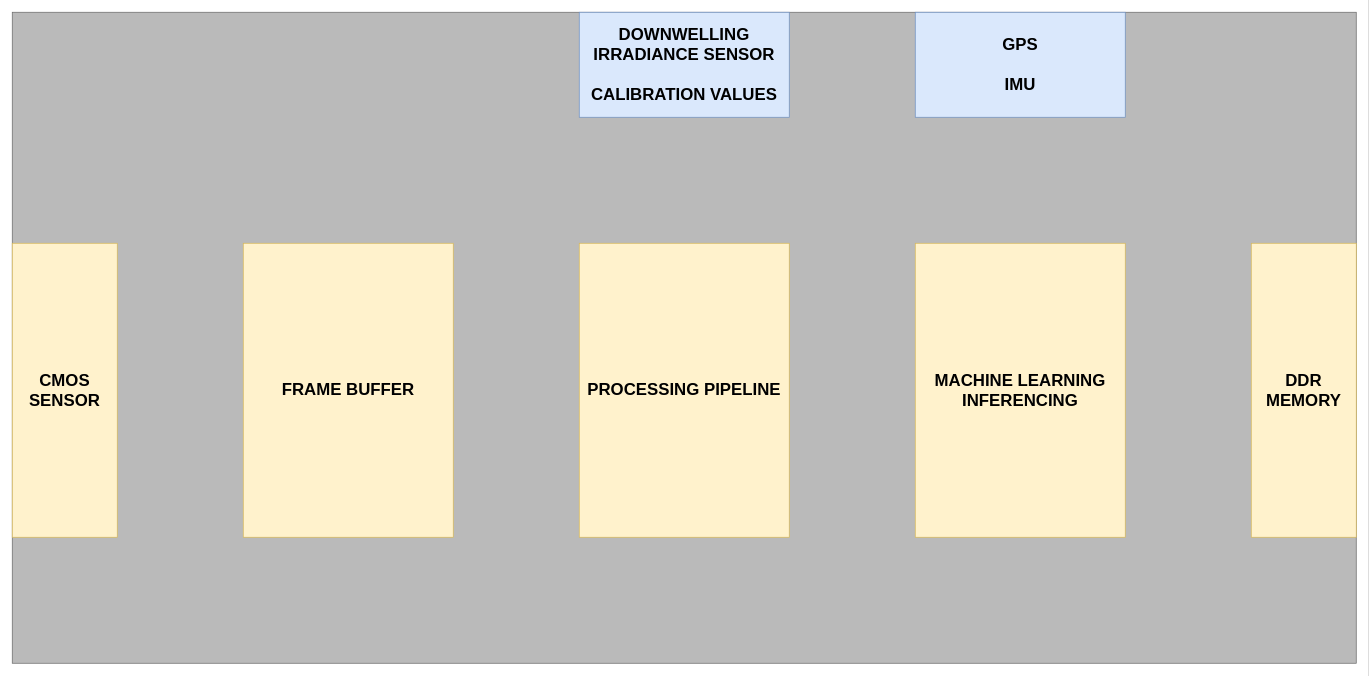
Above: internalProcessingDiagram.drawio in snider-lab-msu/figures (draw.io), before the change. Source tidied: cells renumbered, new cells numbered last; positions are measured from the earlier drawing's top-left corner, leaving out a move shared by most shapes. Both pictures are drawn from the tidied source at 70%, with x=0, y=0 at pixel (12, -41).
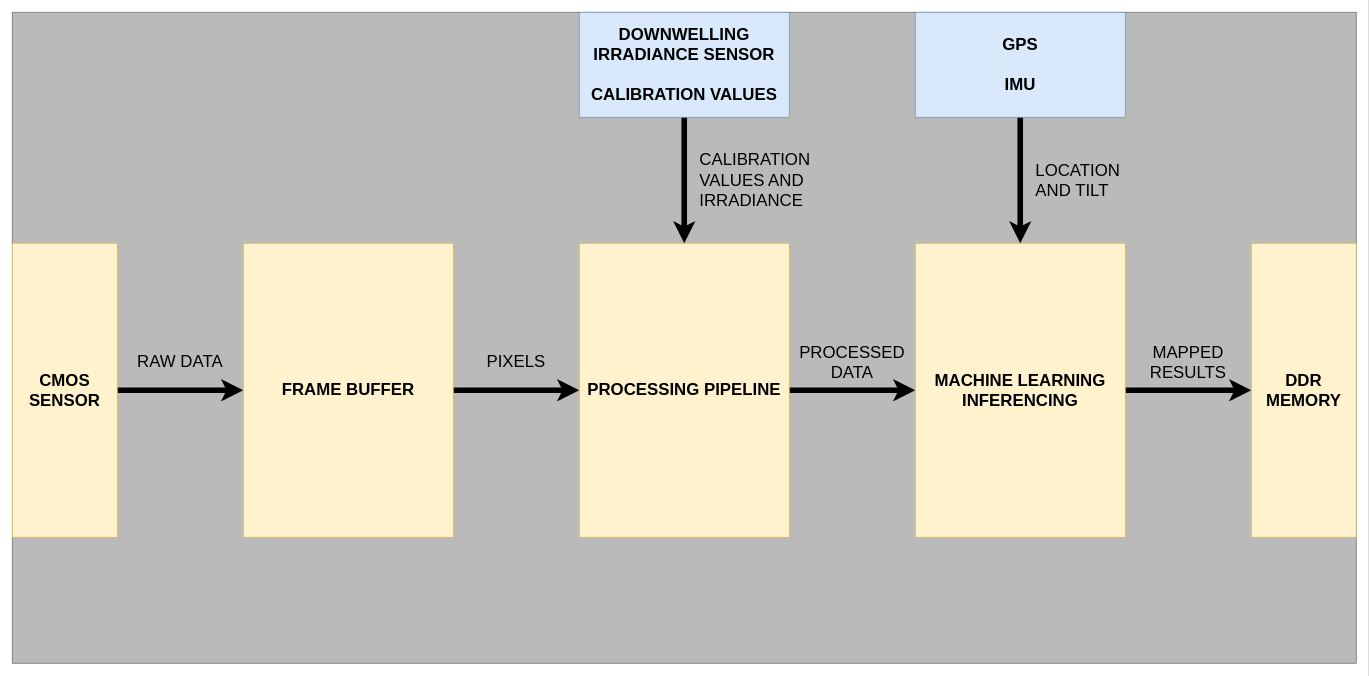
After the change.

Commit message:
added text for data flow

The change refers to these unchanged cells:
```xml
<mxCell id="3" value="CMOS SENSOR" style="rounded=0;whiteSpace=wrap;html=1;fillColor=#fff2cc;strokeColor=#d6b656;fontStyle=1;fontSize=24;" parent="1" vertex="1">
  <mxGeometry y="405" width="150" height="420" as="geometry" />
</mxCell>
<mxCell id="4" value="&lt;div&gt;FRAME BUFFER&lt;/div&gt;" style="rounded=0;whiteSpace=wrap;html=1;fillColor=#fff2cc;strokeColor=#d6b656;fontStyle=1;fontSize=24;" parent="1" vertex="1">
  <mxGeometry x="330" y="405" width="300" height="420" as="geometry" />
</mxCell>
<mxCell id="5" value="PROCESSING PIPELINE" style="rounded=0;whiteSpace=wrap;html=1;fillColor=#fff2cc;strokeColor=#d6b656;fontStyle=1;fontSize=24;" parent="1" vertex="1">
  <mxGeometry x="810" y="405" width="300" height="420" as="geometry" />
</mxCell>
<mxCell id="6" value="MACHINE LEARNING INFERENCING" style="rounded=0;whiteSpace=wrap;html=1;fillColor=#fff2cc;strokeColor=#d6b656;fontStyle=1;fontSize=24;" parent="1" vertex="1">
  <mxGeometry x="1290" y="405" width="300" height="420" as="geometry" />
</mxCell>
<mxCell id="7" value="DDR MEMORY" style="rounded=0;whiteSpace=wrap;html=1;fillColor=#fff2cc;strokeColor=#d6b656;fontStyle=1;fontSize=24;" parent="1" vertex="1">
  <mxGeometry x="1770" y="405" width="150" height="420" as="geometry" />
</mxCell>
<mxCell id="8" value="&lt;div&gt;DOWNWELLING IRRADIANCE SENSOR&lt;/div&gt;&lt;div&gt;&lt;br&gt;&lt;/div&gt;&lt;div&gt;CALIBRATION VALUES&lt;/div&gt;" style="rounded=0;whiteSpace=wrap;html=1;rotation=90;horizontal=0;fillColor=#dae8fc;strokeColor=#6c8ebf;fontStyle=1;fontSize=24;" parent="1" vertex="1">
  <mxGeometry x="885" width="150" height="300" as="geometry" />
</mxCell>
<mxCell id="9" value="&lt;div&gt;GPS&lt;/div&gt;&lt;div&gt;&lt;br&gt;&lt;/div&gt;&lt;div&gt;IMU&lt;/div&gt;" style="rounded=0;whiteSpace=wrap;html=1;rotation=90;horizontal=0;fillColor=#dae8fc;strokeColor=#6c8ebf;fontStyle=1;fontSize=24;" parent="1" vertex="1">
  <mxGeometry x="1365" width="150" height="300" as="geometry" />
</mxCell>
```

Change to the diagram source:
```diff
@@
+    <mxCell id="10" style="edgeStyle=orthogonalEdgeStyle;rounded=0;jettySize=auto;html=1;entryX=0;entryY=0.5;entryDx=0;entryDy=0;strokeWidth=8;" parent="1" edge="1" source="3" target="4">
+      <mxGeometry relative="1" as="geometry" />
+    </mxCell>
@@
+    <mxCell id="11" style="edgeStyle=orthogonalEdgeStyle;rounded=0;jettySize=auto;html=1;entryX=0;entryY=0.5;entryDx=0;entryDy=0;strokeWidth=8;" parent="1" edge="1" source="4" target="5">
+      <mxGeometry relative="1" as="geometry" />
+    </mxCell>
@@
+    <mxCell id="12" style="edgeStyle=orthogonalEdgeStyle;rounded=0;jettySize=auto;html=1;entryX=0;entryY=0.5;entryDx=0;entryDy=0;strokeWidth=8;" parent="1" edge="1" source="5" target="6">
+      <mxGeometry relative="1" as="geometry" />
+    </mxCell>
@@
+    <mxCell id="13" style="edgeStyle=orthogonalEdgeStyle;rounded=0;jettySize=auto;html=1;entryX=0;entryY=0.5;entryDx=0;entryDy=0;strokeWidth=8;" parent="1" edge="1" source="6" target="7">
+      <mxGeometry relative="1" as="geometry" />
+    </mxCell>
@@
+    <mxCell id="14" style="edgeStyle=orthogonalEdgeStyle;rounded=0;jettySize=auto;html=1;entryX=0.5;entryY=0;entryDx=0;entryDy=0;strokeWidth=8;" parent="1" edge="1" source="8" target="5">
+      <mxGeometry relative="1" as="geometry" />
+    </mxCell>
@@
+    <mxCell id="15" style="edgeStyle=orthogonalEdgeStyle;rounded=0;jettySize=auto;html=1;entryX=0.5;entryY=0;entryDx=0;entryDy=0;strokeWidth=8;" parent="1" edge="1" source="9" target="6">
+      <mxGeometry relative="1" as="geometry" />
+    </mxCell>
@@
+    <mxCell id="16" value="&lt;font style=&quot;font-size: 24px;&quot;&gt;RAW DATA&lt;/font&gt;" style="text;html=1;whiteSpace=wrap;strokeColor=none;fillColor=none;align=center;verticalAlign=middle;rounded=0;" parent="1" vertex="1">
+      <mxGeometry x="150" y="555" width="180" height="40" as="geometry" />
+    </mxCell>
+    <mxCell id="17" value="PIXELS" style="text;html=1;whiteSpace=wrap;strokeColor=none;fillColor=none;align=center;verticalAlign=middle;rounded=0;fontSize=24;" parent="1" vertex="1">
+      <mxGeometry x="630" y="555" width="180" height="40" as="geometry" />
+    </mxCell>
+    <mxCell id="18" value="PROCESSED DATA" style="text;html=1;whiteSpace=wrap;strokeColor=none;fillColor=none;align=center;verticalAlign=middle;rounded=0;fontSize=24;" parent="1" vertex="1">
+      <mxGeometry x="1110" y="555" width="180" height="40" as="geometry" />
+    </mxCell>
+    <mxCell id="19" value="MAPPED RESULTS" style="text;html=1;whiteSpace=wrap;strokeColor=none;fillColor=none;align=center;verticalAlign=middle;rounded=0;fontSize=24;" parent="1" vertex="1">
+      <mxGeometry x="1590" y="555" width="180" height="40" as="geometry" />
+    </mxCell>
+    <mxCell id="20" value="CALIBRATION VALUES AND IRRADIANCE" style="text;html=1;whiteSpace=wrap;strokeColor=none;fillColor=none;align=left;verticalAlign=middle;rounded=0;fontSize=24;" parent="1" vertex="1">
+      <mxGeometry x="980" y="225" width="130" height="180" as="geometry" />
+    </mxCell>
+    <mxCell id="21" value="LOCATION&amp;nbsp; AND TILT" style="text;html=1;whiteSpace=wrap;strokeColor=none;fillColor=none;align=left;verticalAlign=middle;rounded=0;fontSize=24;" parent="1" vertex="1">
+      <mxGeometry x="1460" y="225" width="130" height="180" as="geometry" />
+    </mxCell>
```
